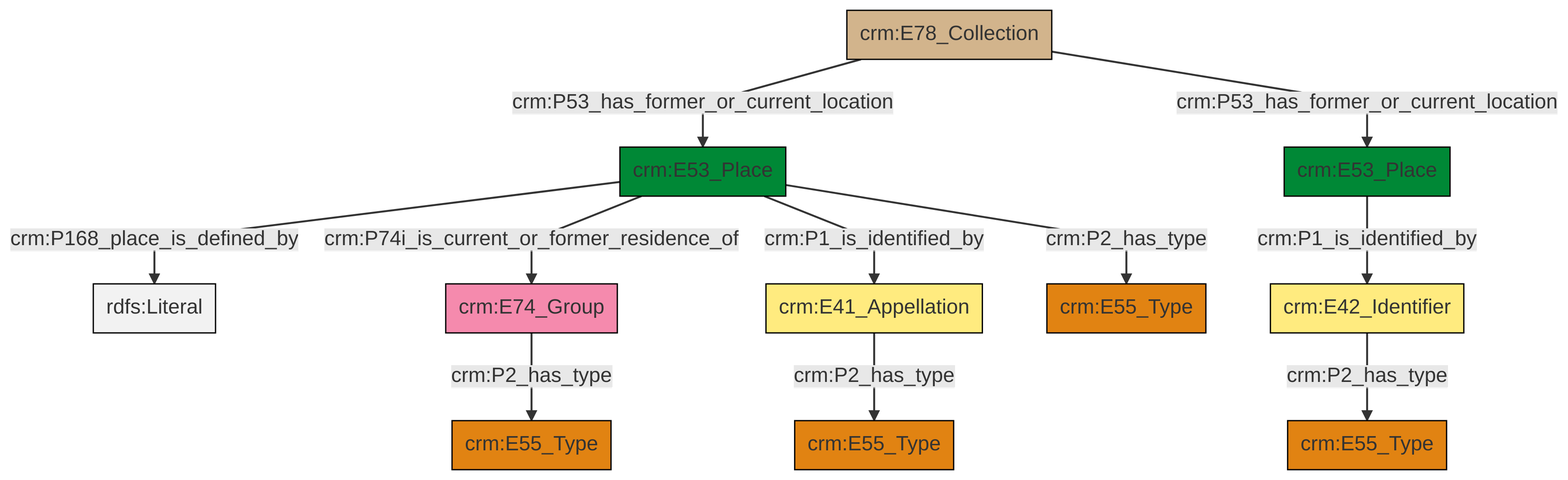
Before: et/archivalCSV/ttl/mmd/png/archival_location.png, a diagram exported from Mermaid (swiss-art-research-net/docs.swissartresearch). Its source is kept beside it as et/archivalCSV/ttl/mmd/archival_location.ttl.mmd.
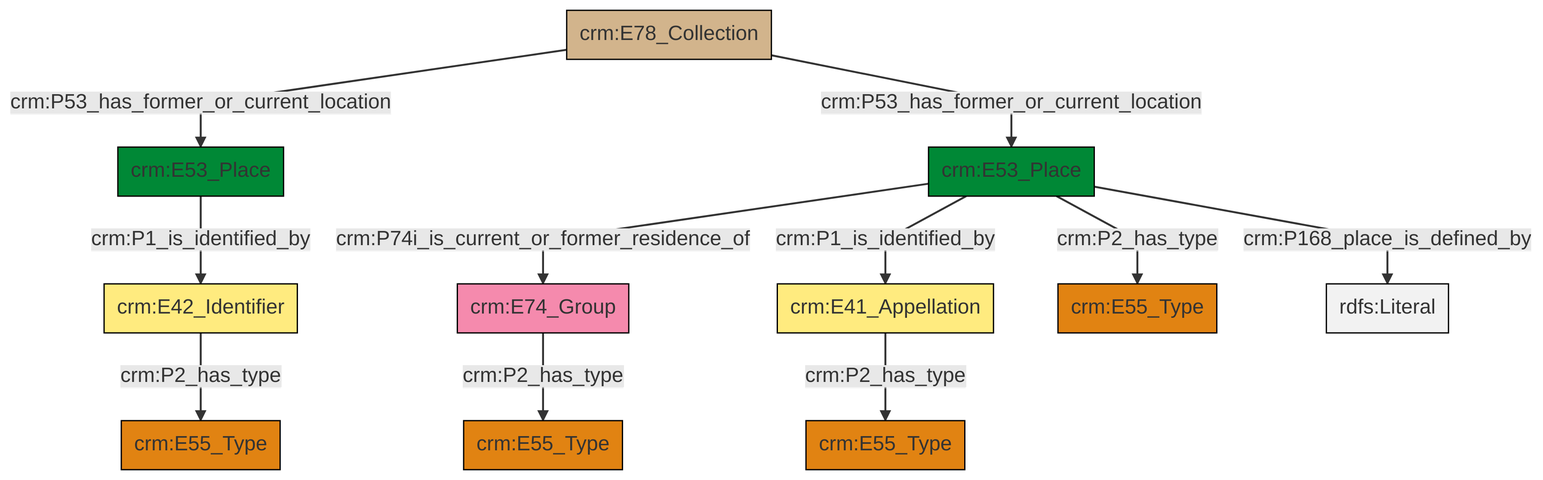
After the change.

What changed in the source:
```diff
@@ -13,13 +13,13 @@
 classDef PC_Classes fill:#4ce600, stroke:#000000;
 classDef Multi fill:#cccccc,stroke:#000000;
 
-0["crm:E53_Place"]:::Place -->|crm:P168_place_is_defined_by| 1[rdfs:Literal]:::Literal
-0["crm:E53_Place"]:::Place -->|crm:P74i_is_current_or_former_residence_of| 2["crm:E74_Group"]:::Actor
-3["crm:E53_Place"]:::Place -->|crm:P1_is_identified_by| 4["crm:E42_Identifier"]:::Appellation
-5["crm:E78_Collection"]:::Physical_Thing -->|crm:P53_has_former_or_current_location| 0["crm:E53_Place"]:::Place
-0["crm:E53_Place"]:::Place -->|crm:P2_has_type| 7["crm:E55_Type"]:::Type
-4["crm:E42_Identifier"]:::Appellation -->|crm:P2_has_type| 12["crm:E55_Type"]:::Type
-5["crm:E78_Collection"]:::Physical_Thing -->|crm:P53_has_former_or_current_location| 3["crm:E53_Place"]:::Place
-0["crm:E53_Place"]:::Place -->|crm:P1_is_identified_by| 9["crm:E41_Appellation"]:::Appellation
-2["crm:E74_Group"]:::Actor -->|crm:P2_has_type| 21["crm:E55_Type"]:::Type
-9["crm:E41_Appellation"]:::Appellation -->|crm:P2_has_type| 15["crm:E55_Type"]:::Type
+2["crm:E78_Collection"]:::Physical_Thing -->|crm:P53_has_former_or_current_location| 3["crm:E53_Place"]:::Place
+0["crm:E74_Group"]:::Actor -->|crm:P2_has_type| 4["crm:E55_Type"]:::Type
+6["crm:E53_Place"]:::Place -->|crm:P74i_is_current_or_former_residence_of| 0["crm:E74_Group"]:::Actor
+6["crm:E53_Place"]:::Place -->|crm:P1_is_identified_by| 9["crm:E41_Appellation"]:::Appellation
+3["crm:E53_Place"]:::Place -->|crm:P1_is_identified_by| 10["crm:E42_Identifier"]:::Appellation
+2["crm:E78_Collection"]:::Physical_Thing -->|crm:P53_has_former_or_current_location| 6["crm:E53_Place"]:::Place
+9["crm:E41_Appellation"]:::Appellation -->|crm:P2_has_type| 7["crm:E55_Type"]:::Type
+6["crm:E53_Place"]:::Place -->|crm:P2_has_type| 14["crm:E55_Type"]:::Type
+10["crm:E42_Identifier"]:::Appellation -->|crm:P2_has_type| 12["crm:E55_Type"]:::Type
+6["crm:E53_Place"]:::Place -->|crm:P168_place_is_defined_by| 15[rdfs:Literal]:::Literal
```
